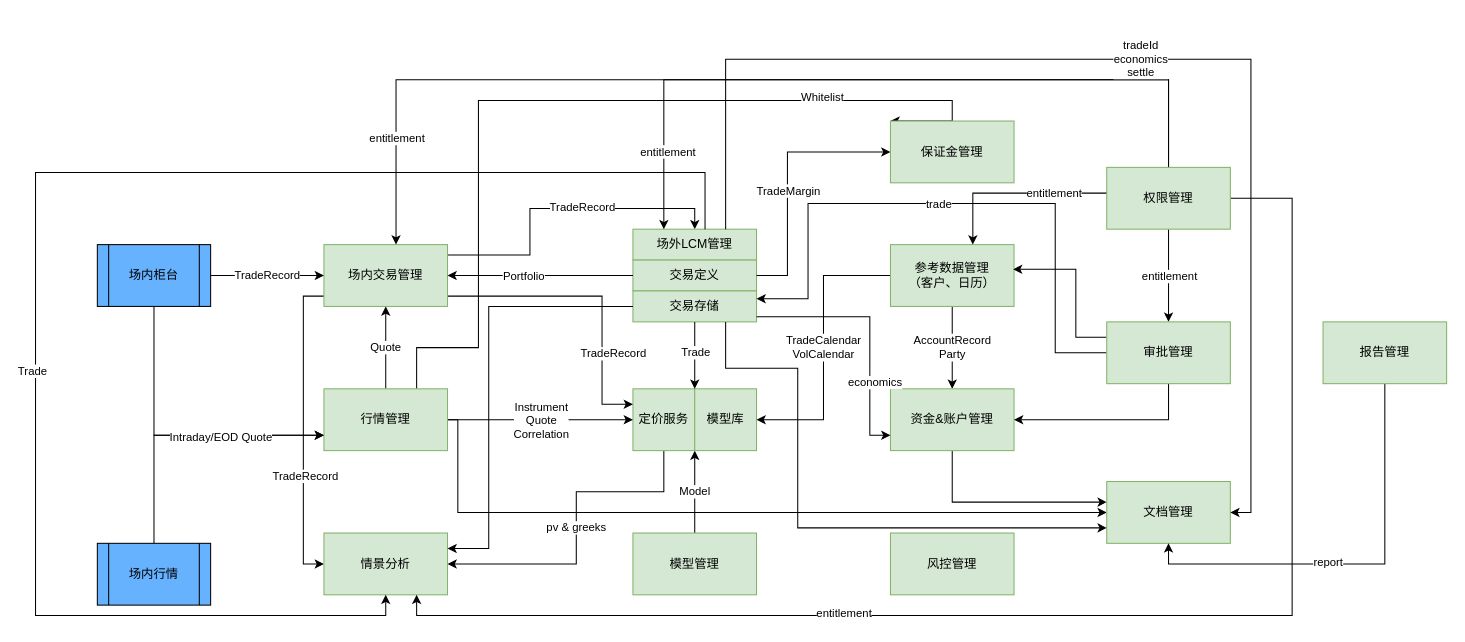
Above: page "Page-4" (4 of 4) of Untitled Diagram.drawio in blshao84/VaRReportingSys (draw.io), before the change. Source tidied: cells renumbered, new cells numbered last; positions are measured from the earlier drawing's top-left corner, leaving out a move shared by most shapes. Both pictures are drawn from the tidied source at 103%, with x=0, y=0 at pixel (35, 59).
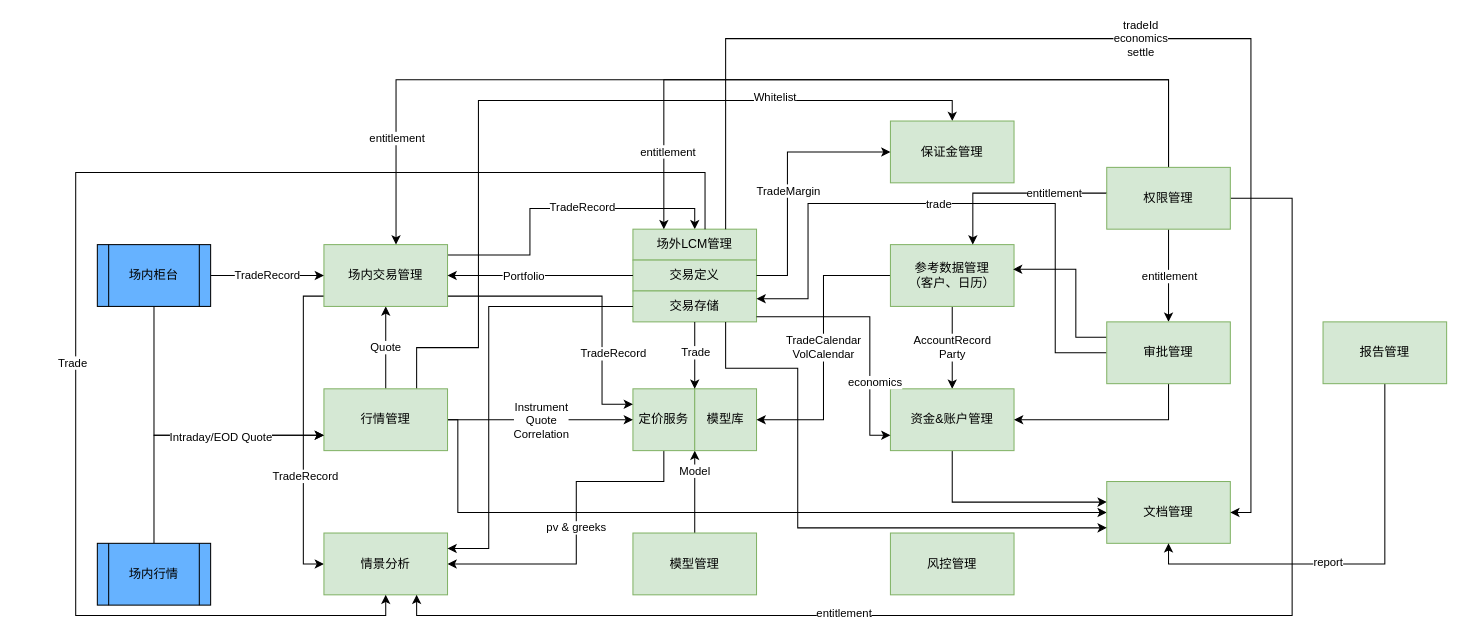
The same diagram, later.

The change refers to these unchanged cells:
```xml
<mxCell id="3" value="定价服务" style="rounded=0;whiteSpace=wrap;html=1;fillColor=#d5e8d4;strokeColor=#82b366;" parent="1" vertex="1">
  <mxGeometry x="580" y="320" width="60" height="60" as="geometry" />
</mxCell>
<mxCell id="5" value="模型管理" style="rounded=0;whiteSpace=wrap;html=1;fillColor=#d5e8d4;strokeColor=#82b366;" parent="1" vertex="1">
  <mxGeometry x="580" y="460" width="120" height="60" as="geometry" />
</mxCell>
<mxCell id="13" value="行情管理" style="rounded=0;whiteSpace=wrap;html=1;fillColor=#d5e8d4;strokeColor=#82b366;" parent="1" vertex="1">
  <mxGeometry x="280" y="320" width="120" height="60" as="geometry" />
</mxCell>
<mxCell id="21" value="模型库" style="rounded=0;whiteSpace=wrap;html=1;fillColor=#d5e8d4;strokeColor=#82b366;" parent="1" vertex="1">
  <mxGeometry x="640" y="320" width="60" height="60" as="geometry" />
</mxCell>
<mxCell id="23" value="&lt;span&gt;场外LCM管理&lt;/span&gt;" style="rounded=0;whiteSpace=wrap;html=1;fillColor=#d5e8d4;strokeColor=#82b366;" parent="22" vertex="1">
  <mxGeometry width="120" height="30" as="geometry" />
</mxCell>
<mxCell id="31" value="保证金管理" style="rounded=0;whiteSpace=wrap;html=1;fillColor=#d5e8d4;strokeColor=#82b366;" parent="1" vertex="1">
  <mxGeometry x="830" y="60" width="120" height="60" as="geometry" />
</mxCell>
<mxCell id="32" value="情景分析" style="rounded=0;whiteSpace=wrap;html=1;fillColor=#d5e8d4;strokeColor=#82b366;" parent="1" vertex="1">
  <mxGeometry x="280" y="460" width="120" height="60" as="geometry" />
</mxCell>
<mxCell id="50" value="文档管理" style="rounded=0;whiteSpace=wrap;html=1;fillColor=#d5e8d4;strokeColor=#82b366;" parent="1" vertex="1">
  <mxGeometry x="1040" y="410" width="120" height="60" as="geometry" />
</mxCell>
```

The edit, as a diff of the source:
```diff
@@
     <mxCell id="2" value="pv &amp;amp; greeks" style="edgeStyle=orthogonalEdgeStyle;rounded=0;jettySize=auto;html=1;entryX=1;entryY=0.5;entryDx=0;entryDy=0;" parent="1" edge="1" source="3" target="32">
       <mxGeometry relative="1" as="geometry">
         <Array as="points">
-          <mxPoint x="610" y="420" />
-          <mxPoint x="525" y="420" />
+          <mxPoint x="610" y="410" />
+          <mxPoint x="525" y="410" />
           <mxPoint x="525" y="490" />
         </Array>
       </mxGeometry>
     </mxCell>
@@
     <mxCell id="4" value="Model" style="edgeStyle=orthogonalEdgeStyle;rounded=0;jettySize=auto;html=1;exitX=0.5;exitY=0;exitDx=0;exitDy=0;entryX=0;entryY=1;entryDx=0;entryDy=0;" parent="1" edge="1" source="5" target="21">
-      <mxGeometry relative="1" as="geometry" />
+      <mxGeometry x="0.5" relative="1" as="geometry" />
     </mxCell>
@@
-    <mxCell id="11" style="edgeStyle=orthogonalEdgeStyle;rounded=0;jettySize=auto;html=1;exitX=0.75;exitY=0;exitDx=0;exitDy=0;entryX=0;entryY=0;entryDx=0;entryDy=0;" parent="1" edge="1" source="13" target="31">
+    <mxCell id="11" style="edgeStyle=orthogonalEdgeStyle;rounded=0;jettySize=auto;html=1;exitX=0.75;exitY=0;exitDx=0;exitDy=0;entryX=0.5;entryY=0;entryDx=0;entryDy=0;" parent="1" edge="1" source="13" target="31">
       <mxGeometry relative="1" as="geometry">
         <Array as="points">
           <mxPoint x="370" y="280" />
           <mxPoint x="430" y="280" />
           <mxPoint x="430" y="40" />
           <mxPoint x="890" y="40" />
-          <mxPoint x="890" y="60" />
         </Array>
       </mxGeometry>
     </mxCell>
@@
     <mxCell id="66" value="tradeId&lt;br&gt;economics&lt;br&gt;settle" style="edgeStyle=orthogonalEdgeStyle;rounded=0;jettySize=auto;html=1;entryX=1;entryY=0.5;entryDx=0;entryDy=0;" parent="1" edge="1" source="23" target="50">
       <mxGeometry relative="1" as="geometry">
         <Array as="points">
-          <mxPoint x="670" />
-          <mxPoint x="1180" />
+          <mxPoint x="670" y="-20" />
+          <mxPoint x="1180" y="-20" />
           <mxPoint x="1180" y="440" />
         </Array>
       </mxGeometry>
     </mxCell>
@@
     <mxCell id="71" style="edgeStyle=orthogonalEdgeStyle;rounded=0;jettySize=auto;html=1;entryX=0.5;entryY=1;entryDx=0;entryDy=0;" parent="1" edge="1" source="23" target="32">
       <mxGeometry relative="1" as="geometry">
         <Array as="points">
           <mxPoint x="650" y="110" />
-          <mxPoint y="110" />
-          <mxPoint y="540" />
+          <mxPoint x="39" y="110" />
+          <mxPoint x="39" y="540" />
           <mxPoint x="340" y="540" />
         </Array>
       </mxGeometry>
     </mxCell>
```
